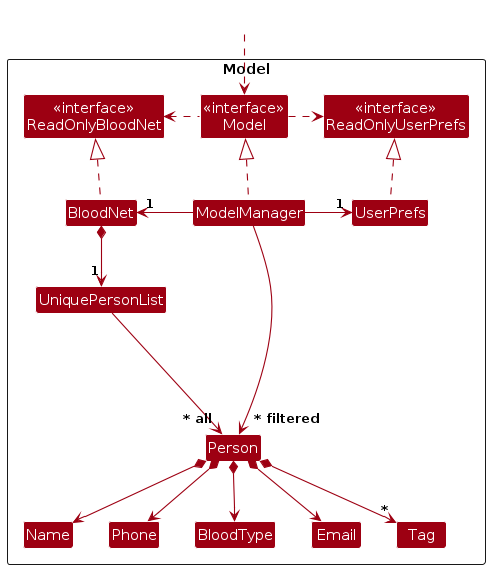
This is diagrams/ModelClassDiagram.png from AY2526S1-CS2103T-T16-4/tp, a PlantUML export, as it was before one commit. Its source is kept beside it as diagrams/ModelClassDiagram.puml.
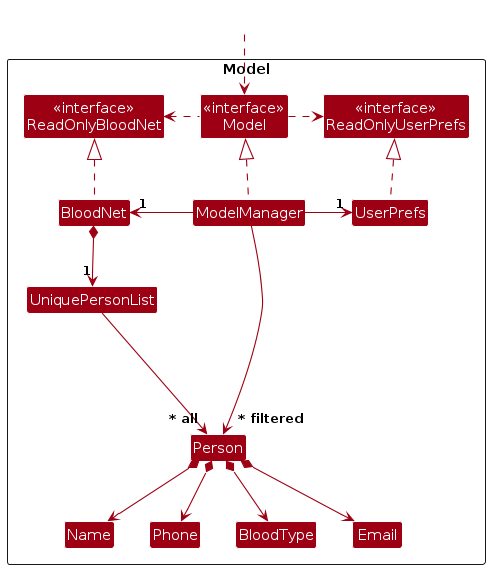
Later version of the same file.

The edit, as a diff of the source:
```diff
@@ -18,7 +18,6 @@
 Class Email
 Class Name
 Class Phone
-Class Tag
 
 Class I #FFFFFF
 }
@@ -41,7 +40,6 @@
 Person *--> Phone
 Person *--> Email
 Person *--> BloodType
-Person *--> "*" Tag
 
 Person -[hidden]up--> I
 UniquePersonList -[hidden]right-> I
```
